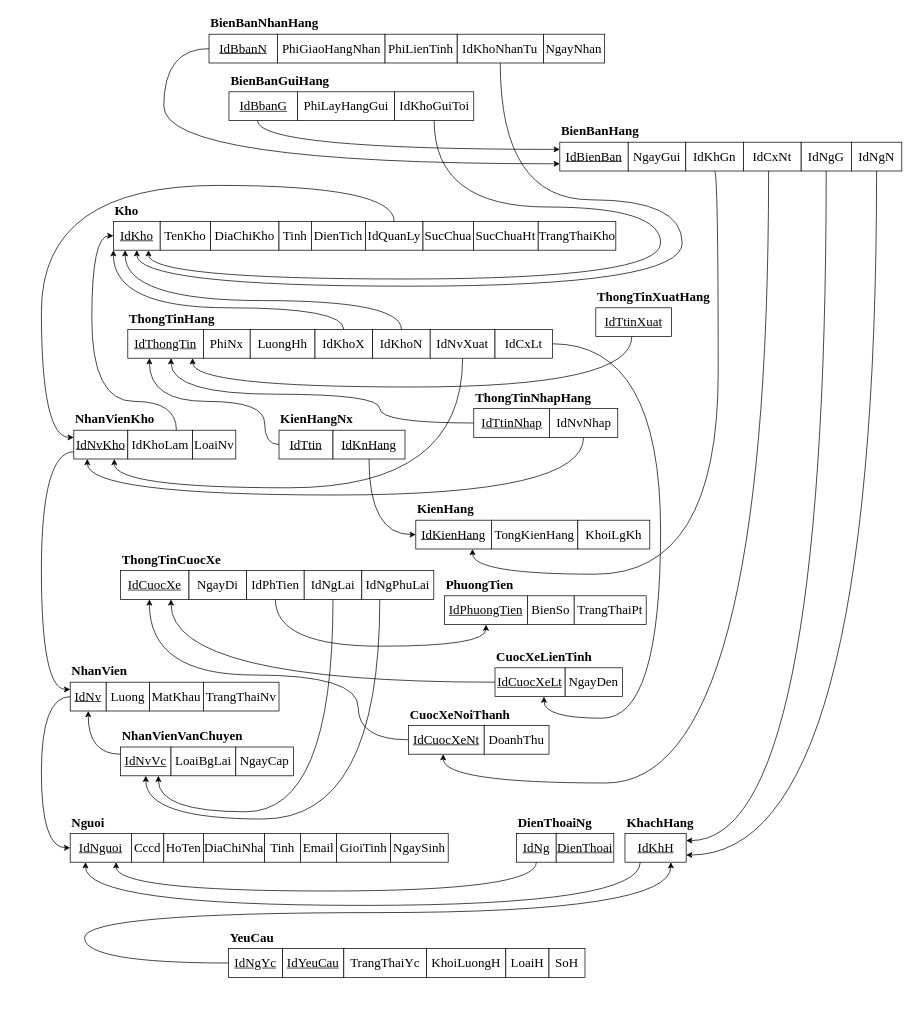
nqqduy/DBS_Assignment_2 keeps this draw.io diagram as AnhXa.drawio. Above is the earlier version. Source tidied: cells renumbered, new cells numbered last; positions are measured from the earlier drawing's top-left corner, leaving out a move shared by most shapes. Both pictures are drawn from the tidied source at 72%, with x=0, y=0 at pixel (41, 12).
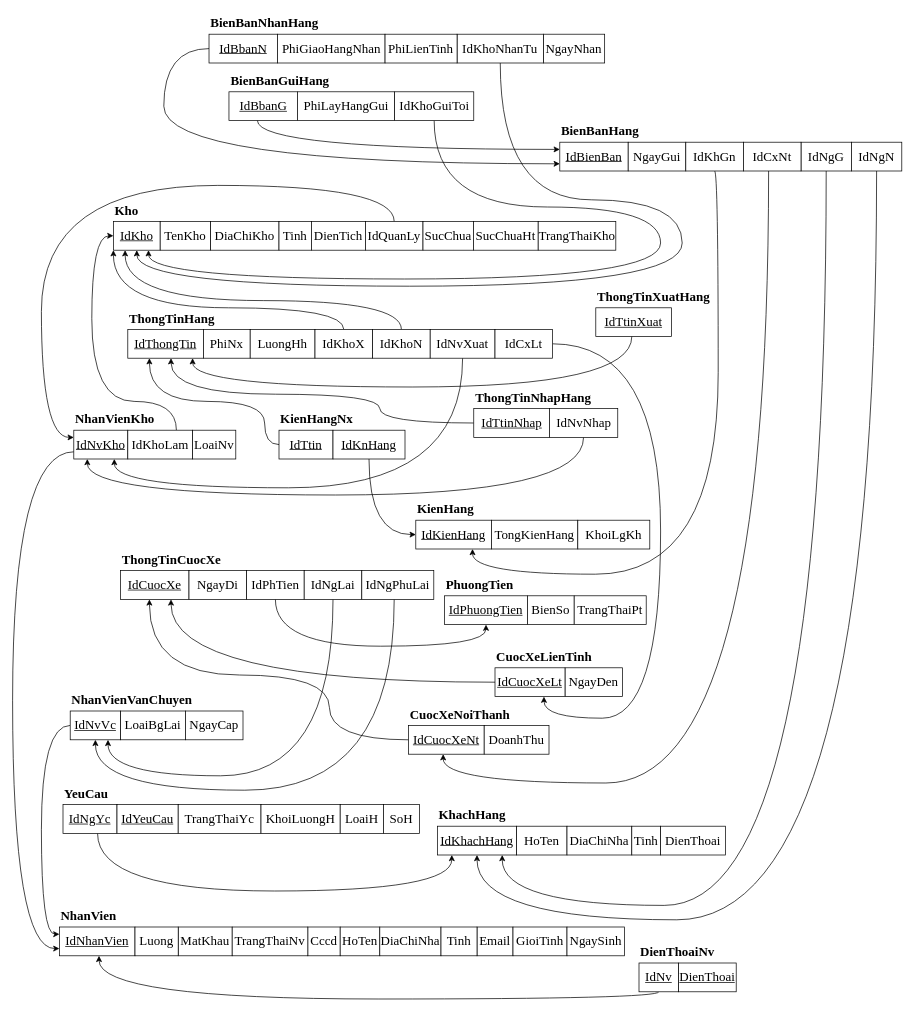
Above is the later version.

Commit message (it also covers changes not shown here):
Tach Khach hang va Nhan vien

Unchanged cells that the change refers to:
```xml
<mxCell id="29" value="IdNgYc" style="rounded=0;whiteSpace=wrap;html=1;fontFamily=Times New Roman;fontSize=18;fontStyle=4;" parent="28" vertex="1">
  <mxGeometry y="30" width="75" height="40" as="geometry" />
</mxCell>
<mxCell id="72" value="IdCuocXe" style="rounded=0;whiteSpace=wrap;html=1;fontFamily=Times New Roman;fontSize=18;fontStyle=4;" parent="71" vertex="1">
  <mxGeometry y="30" width="95" height="40" as="geometry" />
</mxCell>
<mxCell id="75" value="IdNgLai" style="rounded=0;whiteSpace=wrap;html=1;fontFamily=Times New Roman;fontSize=18;" parent="71" vertex="1">
  <mxGeometry x="255" y="30" width="80" height="40" as="geometry" />
</mxCell>
<mxCell id="77" value="IdNgPhuLai" style="rounded=0;whiteSpace=wrap;html=1;fontFamily=Times New Roman;fontSize=18;" parent="71" vertex="1">
  <mxGeometry x="335" y="30" width="100" height="40" as="geometry" />
</mxCell>
<mxCell id="79" value="IdCuocXeNt" style="rounded=0;whiteSpace=wrap;html=1;fontFamily=Times New Roman;fontSize=18;fontStyle=4;" parent="78" vertex="1">
  <mxGeometry y="30" width="105" height="40" as="geometry" />
</mxCell>
<mxCell id="99" value="IdNgG" style="rounded=0;whiteSpace=wrap;html=1;fontFamily=Times New Roman;fontSize=18;" parent="95" vertex="1">
  <mxGeometry x="335" y="30" width="70" height="40" as="geometry" />
</mxCell>
<mxCell id="100" value="IdNgN" style="rounded=0;whiteSpace=wrap;html=1;fontFamily=Times New Roman;fontSize=18;" parent="95" vertex="1">
  <mxGeometry x="405" y="30" width="70" height="40" as="geometry" />
</mxCell>
<mxCell id="108" value="IdNvVc" style="rounded=0;whiteSpace=wrap;html=1;fontFamily=Times New Roman;fontSize=18;fontStyle=4;" parent="107" vertex="1">
  <mxGeometry y="30" width="70" height="40" as="geometry" />
</mxCell>
```

The edit, as a diff of the source:
```diff
@@
     <mxCell id="5" style="edgeStyle=orthogonalEdgeStyle;curved=1;rounded=0;jettySize=auto;html=1;exitX=0.5;exitY=1;exitDx=0;exitDy=0;entryX=0.75;entryY=1;entryDx=0;entryDy=0;fontFamily=Times New Roman;fontSize=18;" parent="1" edge="1" source="75" target="108">
       <mxGeometry relative="1" as="geometry">
         <Array as="points">
-          <mxPoint x="405" y="1110" />
-          <mxPoint x="163" y="1110" />
+          <mxPoint x="405" y="1060" />
+          <mxPoint x="93" y="1060" />
         </Array>
       </mxGeometry>
     </mxCell>
-    <mxCell id="6" style="edgeStyle=orthogonalEdgeStyle;curved=1;rounded=0;jettySize=auto;html=1;exitX=0.25;exitY=1;exitDx=0;exitDy=0;entryX=0.5;entryY=1;entryDx=0;entryDy=0;fontFamily=Times New Roman;fontSize=18;" parent="1" edge="1" source="77" target="108">
+    <mxCell id="6" style="edgeStyle=orthogonalEdgeStyle;curved=1;rounded=0;jettySize=auto;html=1;entryX=0.5;entryY=1;entryDx=0;entryDy=0;fontFamily=Times New Roman;fontSize=18;" parent="1" edge="1" source="77" target="108">
       <mxGeometry relative="1" as="geometry">
         <Array as="points">
-          <mxPoint x="470" y="1120" />
-          <mxPoint x="145" y="1120" />
+          <mxPoint x="490" y="1080" />
+          <mxPoint x="75" y="1080" />
         </Array>
       </mxGeometry>
     </mxCell>
-    <mxCell id="7" style="edgeStyle=orthogonalEdgeStyle;curved=1;rounded=0;jettySize=auto;html=1;exitX=0.25;exitY=1;exitDx=0;exitDy=0;entryX=0.25;entryY=1;entryDx=0;entryDy=0;fontFamily=Times New Roman;fontSize=18;" parent="1" edge="1" source="26" target="118">
-      <mxGeometry relative="1" as="geometry">
-        <Array as="points">
-          <mxPoint x="832" y="1240" />
-          <mxPoint x="61" y="1240" />
-        </Array>
-      </mxGeometry>
-    </mxCell>
-    <mxCell id="8" style="edgeStyle=orthogonalEdgeStyle;curved=1;rounded=0;jettySize=auto;html=1;exitX=0;exitY=0.5;exitDx=0;exitDy=0;entryX=0;entryY=0.5;entryDx=0;entryDy=0;fontFamily=Times New Roman;fontSize=18;" parent="1" edge="1" source="140" target="118">
-      <mxGeometry relative="1" as="geometry">
-        <Array as="points">
-          <mxPoint y="950" />
-          <mxPoint y="1160" />
-        </Array>
-      </mxGeometry>
-    </mxCell>
-    <mxCell id="9" style="edgeStyle=orthogonalEdgeStyle;curved=1;rounded=0;jettySize=auto;html=1;exitX=0;exitY=0.25;exitDx=0;exitDy=0;entryX=0.5;entryY=1;entryDx=0;entryDy=0;fontFamily=Times New Roman;fontSize=18;" parent="1" edge="1" source="108" target="140">
-      <mxGeometry relative="1" as="geometry" />
+    <mxCell id="9" style="edgeStyle=orthogonalEdgeStyle;curved=1;rounded=0;jettySize=auto;html=1;fontFamily=Times New Roman;fontSize=18;" parent="1" edge="1" source="108" target="140">
+      <mxGeometry relative="1" as="geometry">
+        <Array as="points">
+          <mxPoint y="990" />
+          <mxPoint y="1280" />
+        </Array>
+      </mxGeometry>
     </mxCell>
-    <mxCell id="10" style="edgeStyle=orthogonalEdgeStyle;curved=1;rounded=0;jettySize=auto;html=1;exitX=0;exitY=0.75;exitDx=0;exitDy=0;entryX=0;entryY=0.25;entryDx=0;entryDy=0;fontFamily=Times New Roman;fontSize=18;" parent="1" edge="1" source="145" target="140">
+    <mxCell id="10" style="edgeStyle=orthogonalEdgeStyle;curved=1;rounded=0;jettySize=auto;html=1;exitX=0;exitY=0.75;exitDx=0;exitDy=0;fontFamily=Times New Roman;fontSize=18;" parent="1" edge="1" source="145" target="140">
       <mxGeometry relative="1" as="geometry">
         <Array as="points">
-          <mxPoint y="610" />
-          <mxPoint y="940" />
+          <mxPoint x="-40" y="610" />
+          <mxPoint x="-40" y="1300" />
         </Array>
       </mxGeometry>
     </mxCell>
@@
     <mxCell id="13" style="edgeStyle=orthogonalEdgeStyle;curved=1;rounded=0;jettySize=auto;html=1;fontFamily=Times New Roman;fontSize=18;" parent="1" edge="1" source="79" target="72">
       <mxGeometry relative="1" as="geometry">
         <Array as="points">
-          <mxPoint x="440" y="1010" />
-          <mxPoint x="440" y="920" />
+          <mxPoint x="400" y="1010" />
+          <mxPoint x="400" y="920" />
           <mxPoint x="150" y="920" />
         </Array>
       </mxGeometry>
     </mxCell>
-    <mxCell id="14" style="edgeStyle=orthogonalEdgeStyle;rounded=0;jettySize=auto;html=1;entryX=0.75;entryY=1;entryDx=0;entryDy=0;fontFamily=Times New Roman;fontSize=18;exitX=0;exitY=0.5;exitDx=0;exitDy=0;curved=1;" parent="1" edge="1" source="29" target="26">
+    <mxCell id="14" style="edgeStyle=orthogonalEdgeStyle;rounded=0;jettySize=auto;html=1;fontFamily=Times New Roman;fontSize=18;curved=1;" parent="1" edge="1" source="29" target="26">
       <mxGeometry relative="1" as="geometry">
         <Array as="points">
-          <mxPoint x="60" y="1320" />
-          <mxPoint x="60" y="1250" />
-          <mxPoint x="874" y="1250" />
+          <mxPoint x="78" y="1220" />
+          <mxPoint x="570" y="1220" />
         </Array>
       </mxGeometry>
     </mxCell>
@@
-    <mxCell id="21" style="edgeStyle=orthogonalEdgeStyle;curved=1;rounded=0;jettySize=auto;html=1;entryX=1;entryY=0.25;entryDx=0;entryDy=0;fontFamily=Times New Roman;fontSize=18;" parent="1" edge="1" source="99" target="26">
+    <mxCell id="21" style="edgeStyle=orthogonalEdgeStyle;curved=1;rounded=0;jettySize=auto;html=1;fontFamily=Times New Roman;fontSize=18;" parent="1" edge="1" source="99" target="26">
       <mxGeometry relative="1" as="geometry">
         <Array as="points">
-          <mxPoint x="1090" y="1150" />
+          <mxPoint x="1090" y="1240" />
+          <mxPoint x="640" y="1240" />
         </Array>
       </mxGeometry>
     </mxCell>
-    <mxCell id="22" style="edgeStyle=orthogonalEdgeStyle;curved=1;rounded=0;jettySize=auto;html=1;entryX=1;entryY=0.75;entryDx=0;entryDy=0;fontFamily=Times New Roman;fontSize=18;" parent="1" edge="1" source="100" target="26">
+    <mxCell id="22" style="edgeStyle=orthogonalEdgeStyle;curved=1;rounded=0;jettySize=auto;html=1;fontFamily=Times New Roman;fontSize=18;" parent="1" edge="1" source="100" target="26">
       <mxGeometry relative="1" as="geometry">
         <Array as="points">
-          <mxPoint x="1160" y="1170" />
+          <mxPoint x="1160" y="1260" />
+          <mxPoint x="605" y="1260" />
         </Array>
       </mxGeometry>
     </mxCell>
@@
-    <mxCell id="25" style="group;" parent="1" vertex="1">
-      <mxGeometry x="810.5" y="1110" width="110" height="70" as="geometry" />
-    </mxCell>
-    <mxCell id="26" value="IdKhH" style="rounded=0;whiteSpace=wrap;html=1;fontFamily=Times New Roman;fontSize=18;fontStyle=4;" parent="25" vertex="1">
-      <mxGeometry y="30" width="85" height="40" as="geometry" />
-    </mxCell>
-    <mxCell id="27" value="KhachHang" style="text;html=1;align=left;verticalAlign=middle;fontSize=18;fontFamily=Times New Roman;fontStyle=1;" parent="25" vertex="1">
-      <mxGeometry width="110" height="30" as="geometry" />
-    </mxCell>
     <mxCell id="28" style="group;" parent="1" vertex="1">
-      <mxGeometry x="260" y="1270" width="495" height="70" as="geometry" />
+      <mxGeometry x="30" y="1070" width="495" height="70" as="geometry" />
     </mxCell>
@@
-    <mxCell id="47" style="edgeStyle=orthogonalEdgeStyle;curved=1;rounded=0;jettySize=auto;html=1;exitX=0.5;exitY=1;exitDx=0;exitDy=0;entryX=0.75;entryY=1;entryDx=0;entryDy=0;fontFamily=Times New Roman;fontSize=18;" parent="1" edge="1" source="104" target="118">
+    <mxCell id="47" style="edgeStyle=orthogonalEdgeStyle;curved=1;rounded=0;jettySize=auto;html=1;fontFamily=Times New Roman;fontSize=18;" parent="1" edge="1" source="104" target="140">
       <mxGeometry relative="1" as="geometry">
         <Array as="points">
-          <mxPoint x="688" y="1220" />
-          <mxPoint x="104" y="1220" />
+          <mxPoint x="80" y="1370" />
         </Array>
       </mxGeometry>
     </mxCell>
@@
     <mxCell id="103" style="group;" parent="1" vertex="1">
-      <mxGeometry x="660" y="1110" width="135" height="70" as="geometry" />
+      <mxGeometry x="830" y="1290" width="135" height="70" as="geometry" />
     </mxCell>
-    <mxCell id="104" value="IdNg" style="rounded=0;whiteSpace=wrap;html=1;fontFamily=Times New Roman;fontSize=18;fontStyle=4;" parent="103" vertex="1">
+    <mxCell id="104" value="IdNv" style="rounded=0;whiteSpace=wrap;html=1;fontFamily=Times New Roman;fontSize=18;fontStyle=4;" parent="103" vertex="1">
       <mxGeometry y="30" width="55" height="40" as="geometry" />
     </mxCell>
@@
-    <mxCell id="106" value="DienThoaiNg" style="text;html=1;align=left;verticalAlign=middle;fontSize=18;fontFamily=Times New Roman;fontStyle=1;" parent="103" vertex="1">
+    <mxCell id="106" value="DienThoaiNv" style="text;html=1;align=left;verticalAlign=middle;fontSize=18;fontFamily=Times New Roman;fontStyle=1;" parent="103" vertex="1">
       <mxGeometry width="120" height="30" as="geometry" />
     </mxCell>
     <mxCell id="107" style="group;" parent="1" vertex="1">
-      <mxGeometry x="110" y="990" width="240" height="70" as="geometry" />
+      <mxGeometry x="40" y="940" width="240" height="70" as="geometry" />
     </mxCell>
@@
-    <mxCell id="117" style="group;" parent="1" vertex="1">
-      <mxGeometry x="40" y="1110" width="525" height="70" as="geometry" />
-    </mxCell>
-    <mxCell id="118" value="IdNguoi" style="rounded=0;whiteSpace=wrap;html=1;fontFamily=Times New Roman;fontSize=18;fontStyle=4;" parent="117" vertex="1">
-      <mxGeometry y="30" width="85" height="40" as="geometry" />
-    </mxCell>
-    <mxCell id="119" value="Cccd" style="rounded=0;whiteSpace=wrap;html=1;fontFamily=Times New Roman;fontSize=18;" parent="117" vertex="1">
-      <mxGeometry x="85" y="30" width="45" height="40" as="geometry" />
-    </mxCell>
-    <mxCell id="120" value="HoTen" style="rounded=0;whiteSpace=wrap;html=1;fontFamily=Times New Roman;fontSize=18;" parent="117" vertex="1">
-      <mxGeometry x="130" y="30" width="55" height="40" as="geometry" />
-    </mxCell>
-    <mxCell id="121" value="DiaChiNha" style="rounded=0;whiteSpace=wrap;html=1;fontFamily=Times New Roman;fontSize=18;" parent="117" vertex="1">
-      <mxGeometry x="185" y="30" width="85" height="40" as="geometry" />
-    </mxCell>
-    <mxCell id="122" value="Email" style="rounded=0;whiteSpace=wrap;html=1;fontFamily=Times New Roman;fontSize=18;" parent="117" vertex="1">
-      <mxGeometry x="320" y="30" width="50" height="40" as="geometry" />
-    </mxCell>
-    <mxCell id="123" value="Nguoi" style="text;html=1;align=left;verticalAlign=middle;fontSize=18;fontFamily=Times New Roman;fontStyle=1;" parent="117" vertex="1">
-      <mxGeometry width="60" height="30" as="geometry" />
-    </mxCell>
-    <mxCell id="124" value="GioiTinh" style="rounded=0;whiteSpace=wrap;html=1;fontFamily=Times New Roman;fontSize=18;" parent="117" vertex="1">
-      <mxGeometry x="370" y="30" width="75" height="40" as="geometry" />
-    </mxCell>
-    <mxCell id="125" value="NgaySinh" style="rounded=0;whiteSpace=wrap;html=1;fontFamily=Times New Roman;fontSize=18;" parent="117" vertex="1">
-      <mxGeometry x="445" y="30" width="80" height="40" as="geometry" />
-    </mxCell>
-    <mxCell id="126" value="Tinh" style="rounded=0;whiteSpace=wrap;html=1;fontFamily=Times New Roman;fontSize=18;" parent="117" vertex="1">
-      <mxGeometry x="270" y="30" width="50" height="40" as="geometry" />
-    </mxCell>
@@
-    <mxCell id="138" style="group;" parent="1" vertex="1">
-      <mxGeometry x="40" y="900" width="290" height="70" as="geometry" />
-    </mxCell>
+    <mxCell id="144" style="group;" parent="1" vertex="1">
+      <mxGeometry x="45" y="550" width="225" height="70" as="geometry" />
+    </mxCell>
+    <mxCell id="145" value="IdNvKho" style="rounded=0;whiteSpace=wrap;html=1;fontFamily=Times New Roman;fontSize=18;fontStyle=4;" parent="144" vertex="1">
+      <mxGeometry y="30" width="75" height="40" as="geometry" />
+    </mxCell>
+    <mxCell id="146" value="IdKhoLam" style="rounded=0;whiteSpace=wrap;html=1;fontFamily=Times New Roman;fontSize=18;" parent="144" vertex="1">
+      <mxGeometry x="75" y="30" width="90" height="40" as="geometry" />
+    </mxCell>
+    <mxCell id="147" value="NhanVienKho" style="text;html=1;align=left;verticalAlign=middle;fontSize=18;fontFamily=Times New Roman;fontStyle=1;" parent="144" vertex="1">
+      <mxGeometry width="130" height="30" as="geometry" />
+    </mxCell>
+    <mxCell id="148" value="LoaiNv" style="rounded=0;whiteSpace=wrap;html=1;fontFamily=Times New Roman;fontSize=18;" parent="144" vertex="1">
+      <mxGeometry x="165" y="30" width="60" height="40" as="geometry" />
+    </mxCell>
+    <mxCell id="149" style="group;" parent="1" vertex="1">
+      <mxGeometry x="25" y="1240" width="785" height="70" as="geometry" />
+    </mxCell>
+    <mxCell id="119" value="Cccd" style="rounded=0;whiteSpace=wrap;html=1;fontFamily=Times New Roman;fontSize=18;" parent="149" vertex="1">
+      <mxGeometry x="345" y="30" width="45" height="40" as="geometry" />
+    </mxCell>
+    <mxCell id="120" value="HoTen" style="rounded=0;whiteSpace=wrap;html=1;fontFamily=Times New Roman;fontSize=18;" parent="149" vertex="1">
+      <mxGeometry x="390" y="30" width="55" height="40" as="geometry" />
+    </mxCell>
+    <mxCell id="121" value="DiaChiNha" style="rounded=0;whiteSpace=wrap;html=1;fontFamily=Times New Roman;fontSize=18;" parent="149" vertex="1">
+      <mxGeometry x="445" y="30" width="85" height="40" as="geometry" />
+    </mxCell>
+    <mxCell id="122" value="Email" style="rounded=0;whiteSpace=wrap;html=1;fontFamily=Times New Roman;fontSize=18;" parent="149" vertex="1">
+      <mxGeometry x="580" y="30" width="50" height="40" as="geometry" />
+    </mxCell>
+    <mxCell id="124" value="GioiTinh" style="rounded=0;whiteSpace=wrap;html=1;fontFamily=Times New Roman;fontSize=18;" parent="149" vertex="1">
+      <mxGeometry x="630" y="30" width="75" height="40" as="geometry" />
+    </mxCell>
+    <mxCell id="125" value="NgaySinh" style="rounded=0;whiteSpace=wrap;html=1;fontFamily=Times New Roman;fontSize=18;" parent="149" vertex="1">
+      <mxGeometry x="705" y="30" width="80" height="40" as="geometry" />
+    </mxCell>
+    <mxCell id="126" value="Tinh" style="rounded=0;whiteSpace=wrap;html=1;fontFamily=Times New Roman;fontSize=18;" parent="149" vertex="1">
+      <mxGeometry x="530" y="30" width="50" height="40" as="geometry" />
+    </mxCell>
-    <mxCell id="139" value="MatKhau" style="rounded=0;whiteSpace=wrap;html=1;fontFamily=Times New Roman;fontSize=18;" parent="138" vertex="1">
-      <mxGeometry x="110" y="30" width="75" height="40" as="geometry" />
+    <mxCell id="139" value="MatKhau" style="rounded=0;whiteSpace=wrap;html=1;fontFamily=Times New Roman;fontSize=18;" parent="149" vertex="1">
+      <mxGeometry x="165" y="30" width="75" height="40" as="geometry" />
     </mxCell>
-    <mxCell id="140" value="IdNv" style="rounded=0;whiteSpace=wrap;html=1;fontFamily=Times New Roman;fontSize=18;fontStyle=4;" parent="138" vertex="1">
-      <mxGeometry y="30" width="50" height="40" as="geometry" />
+    <mxCell id="140" value="IdNhanVien" style="rounded=0;whiteSpace=wrap;html=1;fontFamily=Times New Roman;fontSize=18;fontStyle=4;" parent="149" vertex="1">
+      <mxGeometry y="30" width="105" height="40" as="geometry" />
     </mxCell>
-    <mxCell id="141" value="Luong" style="rounded=0;whiteSpace=wrap;html=1;fontFamily=Times New Roman;fontSize=18;" parent="138" vertex="1">
-      <mxGeometry x="50" y="30" width="60" height="40" as="geometry" />
+    <mxCell id="141" value="Luong" style="rounded=0;whiteSpace=wrap;html=1;fontFamily=Times New Roman;fontSize=18;" parent="149" vertex="1">
+      <mxGeometry x="105" y="30" width="60" height="40" as="geometry" />
     </mxCell>
-    <mxCell id="142" value="NhanVien" style="text;html=1;align=left;verticalAlign=middle;fontSize=18;fontFamily=Times New Roman;fontStyle=1;" parent="138" vertex="1">
+    <mxCell id="142" value="NhanVien" style="text;html=1;align=left;verticalAlign=middle;fontSize=18;fontFamily=Times New Roman;fontStyle=1;" parent="149" vertex="1">
       <mxGeometry width="90" height="30" as="geometry" />
     </mxCell>
-    <mxCell id="143" value="TrangThaiNv" style="rounded=0;whiteSpace=wrap;html=1;fontFamily=Times New Roman;fontSize=18;" parent="138" vertex="1">
-      <mxGeometry x="185" y="30" width="105" height="40" as="geometry" />
+    <mxCell id="143" value="TrangThaiNv" style="rounded=0;whiteSpace=wrap;html=1;fontFamily=Times New Roman;fontSize=18;" parent="149" vertex="1">
+      <mxGeometry x="240" y="30" width="105" height="40" as="geometry" />
     </mxCell>
-    <mxCell id="144" style="group;" parent="1" vertex="1">
-      <mxGeometry x="45" y="550" width="225" height="70" as="geometry" />
-    </mxCell>
-    <mxCell id="145" value="IdNvKho" style="rounded=0;whiteSpace=wrap;html=1;fontFamily=Times New Roman;fontSize=18;fontStyle=4;" parent="144" vertex="1">
-      <mxGeometry y="30" width="75" height="40" as="geometry" />
-    </mxCell>
-    <mxCell id="146" value="IdKhoLam" style="rounded=0;whiteSpace=wrap;html=1;fontFamily=Times New Roman;fontSize=18;" parent="144" vertex="1">
-      <mxGeometry x="75" y="30" width="90" height="40" as="geometry" />
-    </mxCell>
-    <mxCell id="147" value="NhanVienKho" style="text;html=1;align=left;verticalAlign=middle;fontSize=18;fontFamily=Times New Roman;fontStyle=1;" parent="144" vertex="1">
-      <mxGeometry width="130" height="30" as="geometry" />
-    </mxCell>
-    <mxCell id="148" value="LoaiNv" style="rounded=0;whiteSpace=wrap;html=1;fontFamily=Times New Roman;fontSize=18;" parent="144" vertex="1">
-      <mxGeometry x="165" y="30" width="60" height="40" as="geometry" />
-    </mxCell>
+    <mxCell id="150" style="group;" parent="1" vertex="1">
+      <mxGeometry x="550" y="1100" width="400" height="70" as="geometry" />
+    </mxCell>
+    <mxCell id="26" value="IdKhachHang" style="rounded=0;whiteSpace=wrap;html=1;fontFamily=Times New Roman;fontSize=18;fontStyle=4;" parent="150" vertex="1">
+      <mxGeometry y="30" width="110" height="40" as="geometry" />
+    </mxCell>
+    <mxCell id="27" value="KhachHang" style="text;html=1;align=left;verticalAlign=middle;fontSize=18;fontFamily=Times New Roman;fontStyle=1;" parent="150" vertex="1">
+      <mxGeometry width="110" height="30" as="geometry" />
+    </mxCell>
+    <mxCell id="151" value="HoTen" style="rounded=0;whiteSpace=wrap;html=1;fontFamily=Times New Roman;fontSize=18;" parent="150" vertex="1">
+      <mxGeometry x="110" y="30" width="70" height="40" as="geometry" />
+    </mxCell>
+    <mxCell id="152" value="DiaChiNha" style="rounded=0;whiteSpace=wrap;html=1;fontFamily=Times New Roman;fontSize=18;" parent="150" vertex="1">
+      <mxGeometry x="180" y="30" width="90" height="40" as="geometry" />
+    </mxCell>
+    <mxCell id="153" value="Tinh" style="rounded=0;whiteSpace=wrap;html=1;fontFamily=Times New Roman;fontSize=18;" parent="150" vertex="1">
+      <mxGeometry x="270" y="30" width="40" height="40" as="geometry" />
+    </mxCell>
+    <mxCell id="154" value="DienThoai" style="rounded=0;whiteSpace=wrap;html=1;fontFamily=Times New Roman;fontSize=18;" parent="150" vertex="1">
+      <mxGeometry x="310" y="30" width="90" height="40" as="geometry" />
+    </mxCell>
```
